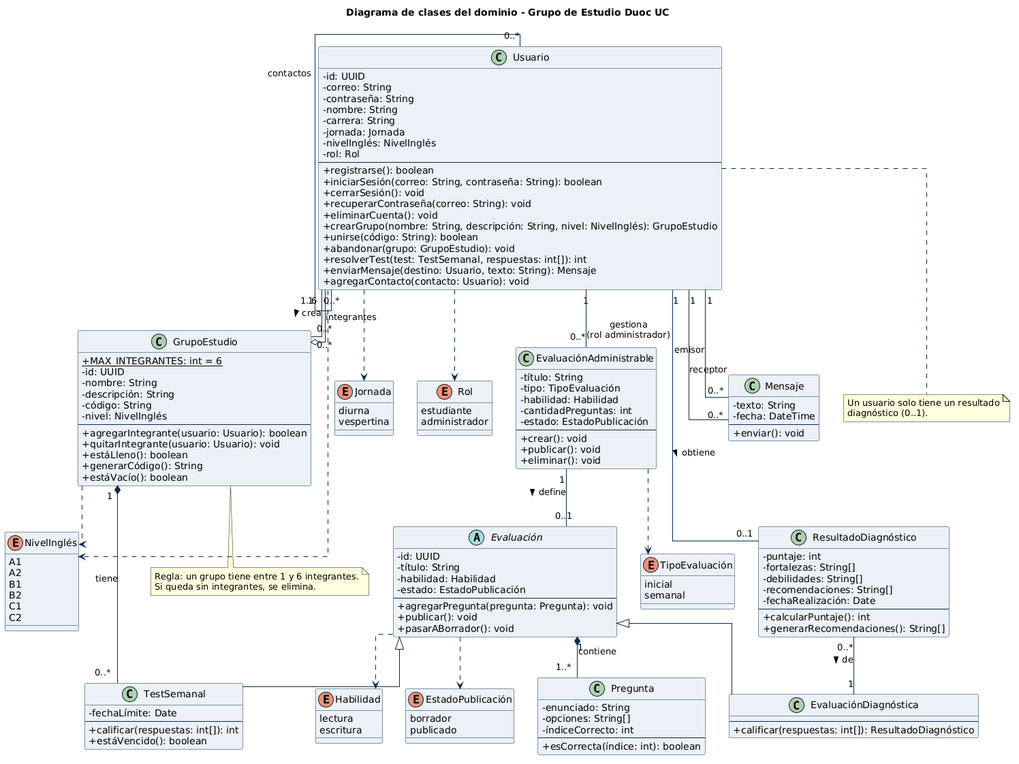
Before: Fase 2/Evidencias Proyecto/Evidencias de documentación/Diagramas UML/diagrama de clases.png, a diagram exported from PlantUML (alanmartinez135/capstone).
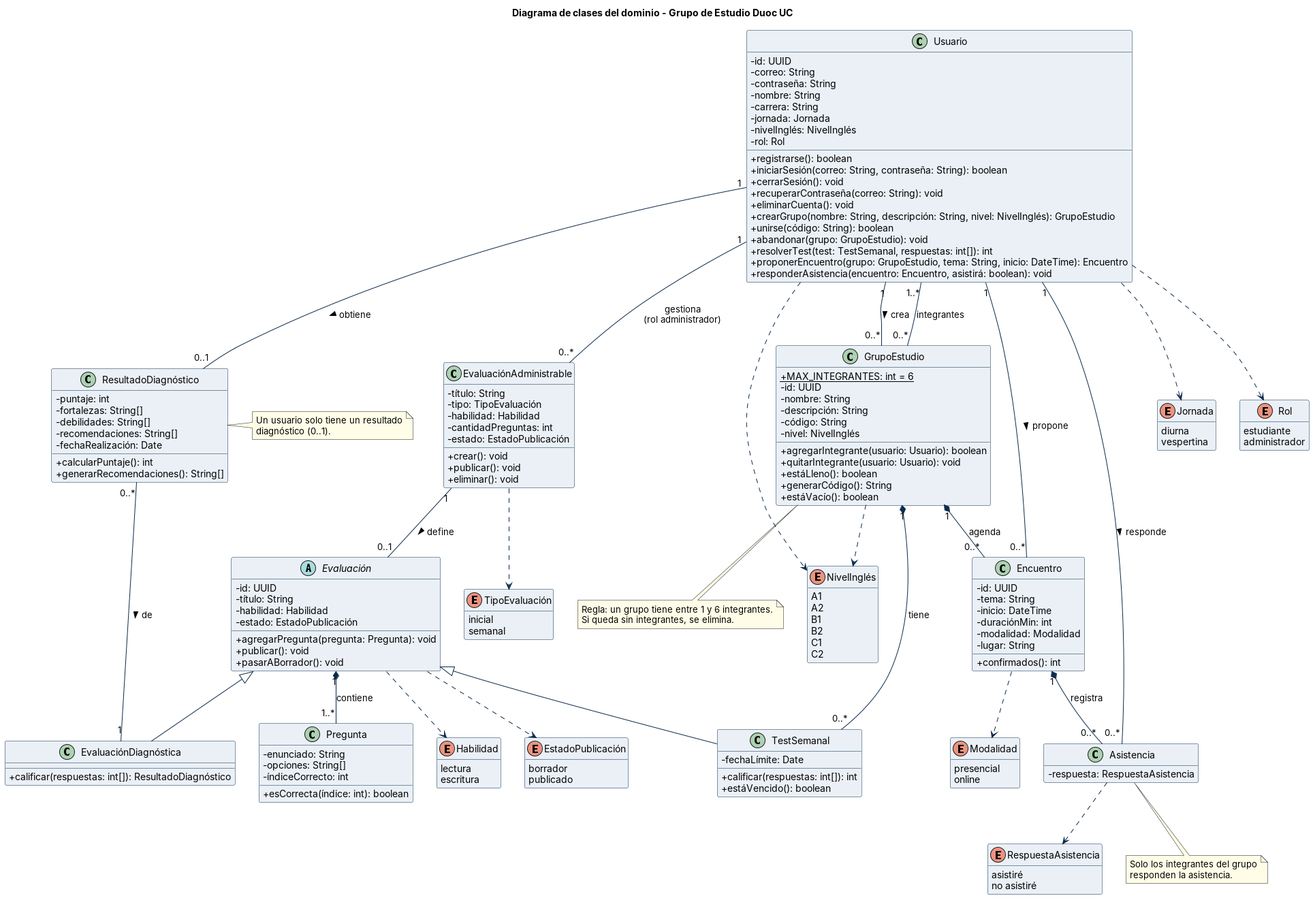
After the change.

Change to the diagram source:
```diff
@@ -1,17 +1,105 @@
 @startuml
-skinparam shadowing false
-skinparam classAttributeIconSize 0
-skinparam linetype ortho
-skinparam class {
-  BackgroundColor #EAF0F6
-  BorderColor #0B2A4A
-  ArrowColor #0B2A4A
+!include estilo.iuml
+title Diagrama de clases del dominio - Grupo de Estudio Duoc UC
+hide empty methods
+
+class Usuario {
+  -id: UUID
+  -correo: String
+  -contraseña: String
+  -nombre: String
+  -carrera: String
+  -jornada: Jornada
+  -nivelInglés: NivelInglés
+  -rol: Rol
+  +registrarse(): boolean
+  +iniciarSesión(correo: String, contraseña: String): boolean
+  +cerrarSesión(): void
+  +recuperarContraseña(correo: String): void
+  +eliminarCuenta(): void
+  +crearGrupo(nombre: String, descripción: String, nivel: NivelInglés): GrupoEstudio
+  +unirse(código: String): boolean
+  +abandonar(grupo: GrupoEstudio): void
+  +resolverTest(test: TestSemanal, respuestas: int[]): int
+  +proponerEncuentro(grupo: GrupoEstudio, tema: String, inicio: DateTime): Encuentro
+  +responderAsistencia(encuentro: Encuentro, asistirá: boolean): void
 }
-skinparam enum {
-  BackgroundColor #FFF4D1
-  BorderColor #E6AD10
+
+class GrupoEstudio {
+  {static} +MAX_INTEGRANTES: int = 6
+  -id: UUID
+  -nombre: String
+  -descripción: String
+  -código: String
+  -nivel: NivelInglés
+  +agregarIntegrante(usuario: Usuario): boolean
+  +quitarIntegrante(usuario: Usuario): void
+  +estáLleno(): boolean
+  +generarCódigo(): String
+  +estáVacío(): boolean
 }
-title Diagrama de clases del dominio - Grupo de Estudio Duoc UC
+
+class Encuentro {
+  -id: UUID
+  -tema: String
+  -inicio: DateTime
+  -duraciónMin: int
+  -modalidad: Modalidad
+  -lugar: String
+  +confirmados(): int
+}
+
+class Asistencia {
+  -respuesta: RespuestaAsistencia
+}
+
+abstract class Evaluación {
+  -id: UUID
+  -título: String
+  -habilidad: Habilidad
+  -estado: EstadoPublicación
+  +agregarPregunta(pregunta: Pregunta): void
+  +publicar(): void
+  +pasarABorrador(): void
+}
+
+class TestSemanal {
+  -fechaLímite: Date
+  +calificar(respuestas: int[]): int
+  +estáVencido(): boolean
+}
+
+class EvaluaciónDiagnóstica {
+  +calificar(respuestas: int[]): ResultadoDiagnóstico
+}
+
+class Pregunta {
+  -enunciado: String
+  -opciones: String[]
+  -índiceCorrecto: int
+  +esCorrecta(índice: int): boolean
+}
+
+class ResultadoDiagnóstico {
+  -puntaje: int
+  -fortalezas: String[]
+  -debilidades: String[]
+  -recomendaciones: String[]
+  -fechaRealización: Date
+  +calcularPuntaje(): int
+  +generarRecomendaciones(): String[]
+}
+
+class EvaluaciónAdministrable {
+  -título: String
+  -tipo: TipoEvaluación
+  -habilidad: Habilidad
+  -cantidadPreguntas: int
+  -estado: EstadoPublicación
+  +crear(): void
+  +publicar(): void
+  +eliminar(): void
+}
 
 enum NivelInglés {
   A1
@@ -21,162 +109,70 @@
   C1
   C2
 }
-
 enum Jornada {
   diurna
   vespertina
 }
-
 enum Rol {
   estudiante
   administrador
 }
-
 enum Habilidad {
   lectura
   escritura
 }
-
 enum EstadoPublicación {
   borrador
   publicado
 }
-
 enum TipoEvaluación {
   inicial
   semanal
 }
-
-class Usuario {
-  - id: UUID
-  - correo: String
-  - contraseña: String
-  - nombre: String
-  - carrera: String
-  - jornada: Jornada
-  - nivelInglés: NivelInglés
-  - rol: Rol
-  --
-  + registrarse(): boolean
-  + iniciarSesión(correo: String, contraseña: String): boolean
-  + cerrarSesión(): void
-  + recuperarContraseña(correo: String): void
-  + eliminarCuenta(): void
-  + crearGrupo(nombre: String, descripción: String, nivel: NivelInglés): GrupoEstudio
-  + unirse(código: String): boolean
-  + abandonar(grupo: GrupoEstudio): void
-  + resolverTest(test: TestSemanal, respuestas: int[]): int
-  + enviarMensaje(destino: Usuario, texto: String): Mensaje
-  + agregarContacto(contacto: Usuario): void
+enum Modalidad {
+  presencial
+  online
+}
+enum RespuestaAsistencia {
+  asistiré
+  no asistiré
 }
 
-class GrupoEstudio {
-  {static} + MAX_INTEGRANTES: int = 6
-  - id: UUID
-  - nombre: String
-  - descripción: String
-  - código: String
-  - nivel: NivelInglés
-  --
-  + agregarIntegrante(usuario: Usuario): boolean
-  + quitarIntegrante(usuario: Usuario): void
-  + estáLleno(): boolean
-  + generarCódigo(): String
-  + estáVacío(): boolean
-}
-
-abstract class Evaluación {
-  - id: UUID
-  - título: String
-  - habilidad: Habilidad
-  - estado: EstadoPublicación
-  --
-  + agregarPregunta(pregunta: Pregunta): void
-  + publicar(): void
-  + pasarABorrador(): void
-}
-
-class EvaluaciónDiagnóstica {
-  --
-  + calificar(respuestas: int[]): ResultadoDiagnóstico
-}
-
-class TestSemanal {
-  - fechaLímite: Date
-  --
-  + calificar(respuestas: int[]): int
-  + estáVencido(): boolean
-}
-
-class Pregunta {
-  - enunciado: String
-  - opciones: String[]
-  - índiceCorrecto: int
-  --
-  + esCorrecta(índice: int): boolean
-}
-
-class ResultadoDiagnóstico {
-  - puntaje: int
-  - fortalezas: String[]
-  - debilidades: String[]
-  - recomendaciones: String[]
-  - fechaRealización: Date
-  --
-  + calcularPuntaje(): int
-  + generarRecomendaciones(): String[]
-}
-
-class Mensaje {
-  - texto: String
-  - fecha: DateTime
-  --
-  + enviar(): void
-}
-
-class EvaluaciónAdministrable {
-  - título: String
-  - tipo: TipoEvaluación
-  - habilidad: Habilidad
-  - cantidadPreguntas: int
-  - estado: EstadoPublicación
-  --
-  + crear(): void
-  + publicar(): void
-  + eliminar(): void
-}
+Usuario "1" -- "0..*" GrupoEstudio : crea >
+Usuario "1..*" -- "0..*" GrupoEstudio : integrantes
+GrupoEstudio "1" *-- "0..*" TestSemanal : tiene
+GrupoEstudio "1" *-- "0..*" Encuentro : agenda
+Usuario "1" -- "0..*" Encuentro : propone >
+Usuario "1" -- "0..*" Asistencia : responde >
+Encuentro "1" *-- "0..*" Asistencia : registra
+Usuario "1" -- "0..*" EvaluaciónAdministrable : gestiona\n(rol administrador)
+EvaluaciónAdministrable "1" -- "0..1" Evaluación : define >
+Evaluación <|-- TestSemanal
+Evaluación <|-- EvaluaciónDiagnóstica
+Evaluación "1" *-- "1..*" Pregunta : contiene
+Usuario "1" -- "0..1" ResultadoDiagnóstico : obtiene >
+ResultadoDiagnóstico "0..*" -- "1" EvaluaciónDiagnóstica : de >
 
 Usuario ..> Jornada
+Usuario ..> Rol
 Usuario ..> NivelInglés
-Usuario ..> Rol
 GrupoEstudio ..> NivelInglés
 Evaluación ..> Habilidad
 Evaluación ..> EstadoPublicación
 EvaluaciónAdministrable ..> TipoEvaluación
-
-Evaluación <|-- EvaluaciónDiagnóstica
-Evaluación <|-- TestSemanal
-
-Evaluación "1" *-- "1..*" Pregunta : contiene
-GrupoEstudio "1" *-- "0..*" TestSemanal : tiene
-GrupoEstudio "0..*" o-- "1..6" Usuario : integrantes
-
-Usuario "1" -- "0..*" GrupoEstudio : crea >
-Usuario "1" -- "0..1" ResultadoDiagnóstico : obtiene >
-ResultadoDiagnóstico "0..*" -- "1" EvaluaciónDiagnóstica : de >
-Usuario "0..*" -- "0..*" Usuario : contactos
-Usuario "1" -- "0..*" Mensaje : emisor
-Usuario "1" -- "0..*" Mensaje : receptor
-Usuario "1" -- "0..*" EvaluaciónAdministrable : gestiona\n(rol administrador)
-EvaluaciónAdministrable "1" -- "0..1" Evaluación : define >
+Encuentro ..> Modalidad
+Asistencia ..> RespuestaAsistencia
 
 note bottom of GrupoEstudio
   Regla: un grupo tiene entre 1 y 6 integrantes.
   Si queda sin integrantes, se elimina.
 end note
-
-note bottom of Usuario
+note right of ResultadoDiagnóstico
   Un usuario solo tiene un resultado
   diagnóstico (0..1).
 end note
+note bottom of Asistencia
+  Solo los integrantes del grupo
+  responden la asistencia.
+end note
 @enduml
```
